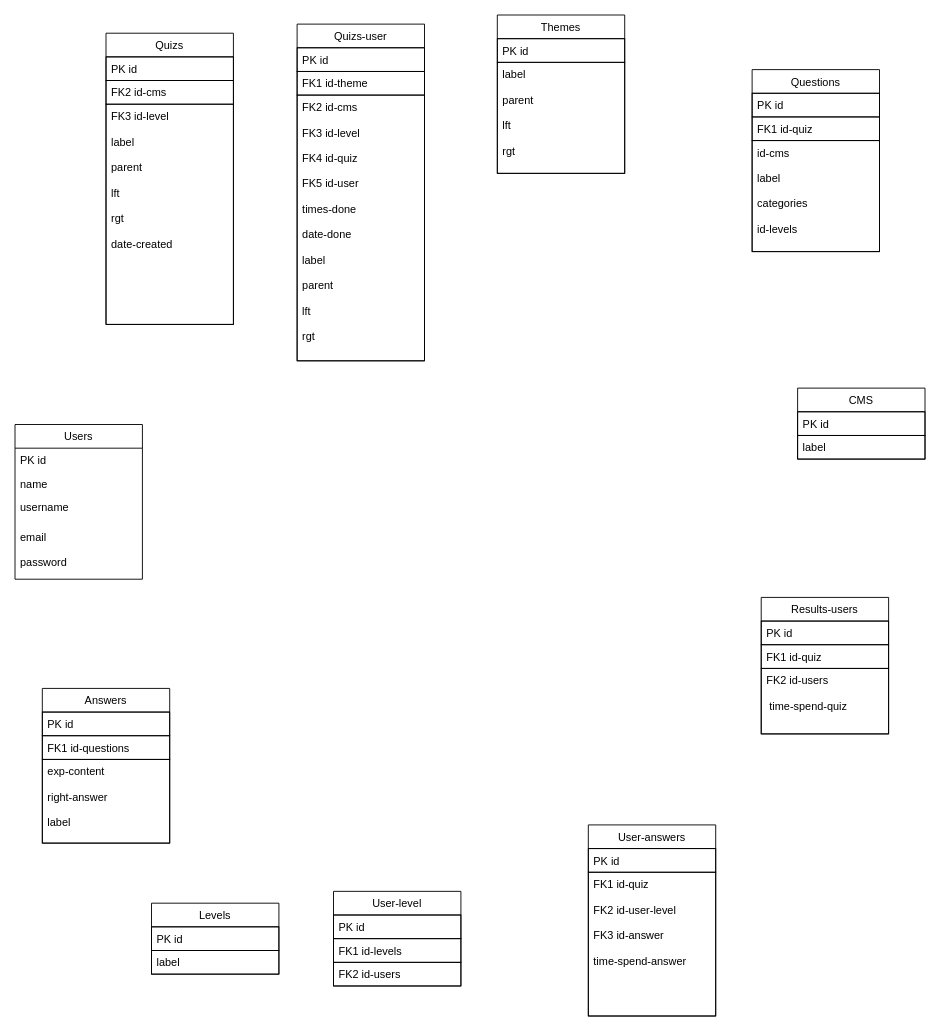
Earlier version of the draw.io diagram Diagramme-mcd-quiz.drawio (Louisptc/Agx-quiz). Source tidied: cells renumbered, new cells numbered last; positions are measured from the earlier drawing's top-left corner, leaving out a move shared by most shapes. Both pictures are drawn from the tidied source at 91%, with x=0, y=0 at pixel (15, 15).
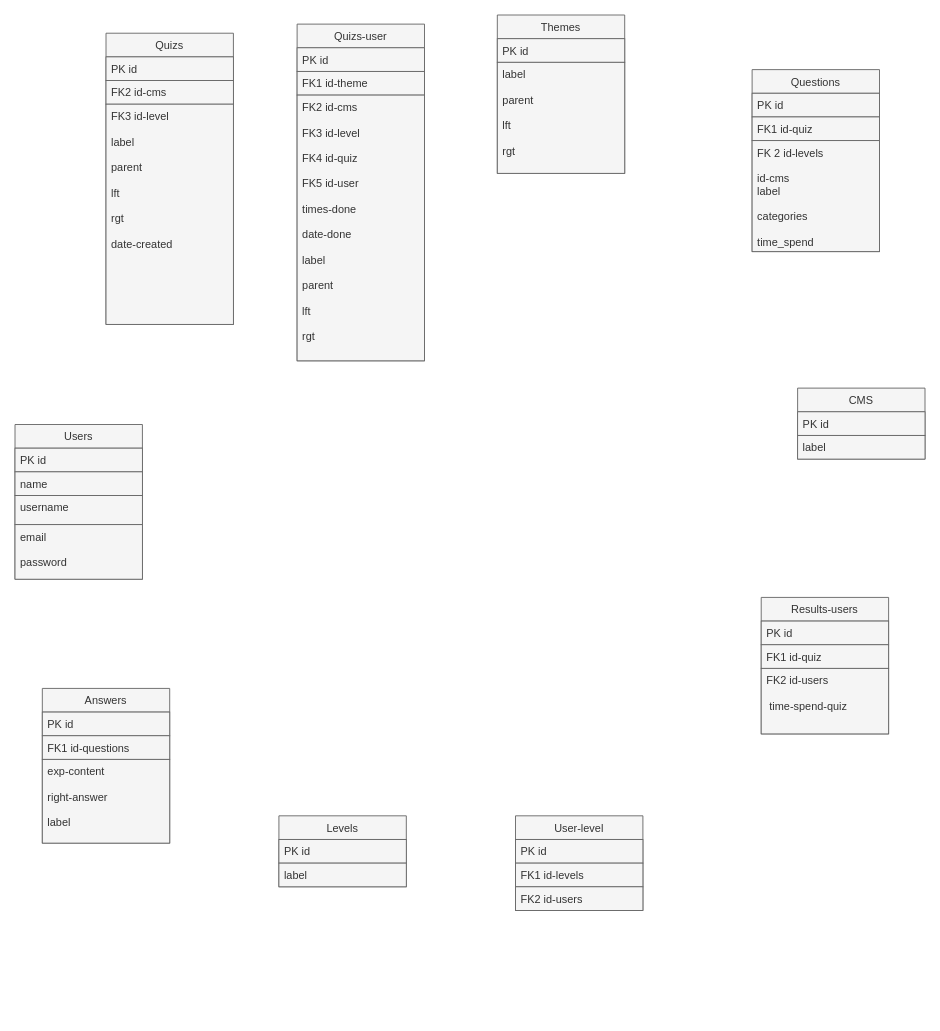
The same page after the edit.

Commit message:
Mettre à jour Diagramme-mcd-quiz.drawio

Change to the diagram source:
```diff
@@
-    <mxCell id="2" value="Users" style="swimlane;fontStyle=0;horizontal=1;startSize=26;labelBackgroundColor=none;" parent="1" vertex="1">
+    <mxCell id="2" value="Users" style="swimlane;fontStyle=0;horizontal=1;startSize=26;labelBackgroundColor=none;fillColor=#f5f5f5;fontColor=#333333;strokeColor=#666666;" parent="1" vertex="1">
       <mxGeometry y="450" width="140" height="170" as="geometry" />
     </mxCell>
-    <mxCell id="3" value="PK id" style="text;align=left;verticalAlign=top;spacingLeft=4;spacingRight=4;overflow=hidden;labelBackgroundColor=none;" parent="2" vertex="1">
+    <mxCell id="3" value="PK id" style="text;align=left;verticalAlign=top;spacingLeft=4;spacingRight=4;overflow=hidden;labelBackgroundColor=none;fillColor=#f5f5f5;fontColor=#333333;strokeColor=#666666;" parent="2" vertex="1">
       <mxGeometry y="26" width="140" height="26" as="geometry" />
     </mxCell>
-    <mxCell id="4" value="name" style="text;align=left;verticalAlign=top;spacingLeft=4;spacingRight=4;overflow=hidden;labelBackgroundColor=none;" parent="2" vertex="1">
+    <mxCell id="4" value="name" style="text;align=left;verticalAlign=top;spacingLeft=4;spacingRight=4;overflow=hidden;labelBackgroundColor=none;fillColor=#f5f5f5;fontColor=#333333;strokeColor=#666666;" parent="2" vertex="1">
       <mxGeometry y="52" width="140" height="26" as="geometry" />
     </mxCell>
-    <mxCell id="5" value="username" style="text;align=left;verticalAlign=top;spacingLeft=4;spacingRight=4;overflow=hidden;labelBackgroundColor=none;" parent="2" vertex="1">
+    <mxCell id="5" value="username" style="text;align=left;verticalAlign=top;spacingLeft=4;spacingRight=4;overflow=hidden;labelBackgroundColor=none;fillColor=#f5f5f5;fontColor=#333333;strokeColor=#666666;" parent="2" vertex="1">
       <mxGeometry y="78" width="140" height="32" as="geometry" />
     </mxCell>
-    <mxCell id="6" value="email&#10;&#10;password&#10;&#10;&#10;" style="text;align=left;verticalAlign=top;spacingLeft=4;spacingRight=4;overflow=hidden;labelBackgroundColor=none;" parent="2" vertex="1">
+    <mxCell id="6" value="email&#10;&#10;password&#10;&#10;&#10;" style="text;align=left;verticalAlign=top;spacingLeft=4;spacingRight=4;overflow=hidden;labelBackgroundColor=none;fillColor=#f5f5f5;fontColor=#333333;strokeColor=#666666;" parent="2" vertex="1">
       <mxGeometry y="110" width="140" height="60" as="geometry" />
     </mxCell>
-    <mxCell id="7" value="Quizs" style="swimlane;fontStyle=0;horizontal=1;startSize=26;labelBackgroundColor=none;strokeColor=#000000;fontColor=#000000;" parent="1" vertex="1">
+    <mxCell id="7" value="Quizs" style="swimlane;fontStyle=0;horizontal=1;startSize=26;labelBackgroundColor=none;strokeColor=#666666;fontColor=#333333;fillColor=#f5f5f5;" parent="1" vertex="1">
       <mxGeometry x="100" y="20" width="140" height="320" as="geometry" />
     </mxCell>
-    <mxCell id="8" value="PK id" style="text;align=left;verticalAlign=top;spacingLeft=4;spacingRight=4;overflow=hidden;labelBackgroundColor=none;strokeColor=#000000;fontColor=#000000;" parent="7" vertex="1">
+    <mxCell id="8" value="PK id" style="text;align=left;verticalAlign=top;spacingLeft=4;spacingRight=4;overflow=hidden;labelBackgroundColor=none;strokeColor=#666666;fontColor=#333333;fillColor=#f5f5f5;" parent="7" vertex="1">
       <mxGeometry y="26" width="140" height="26" as="geometry" />
     </mxCell>
-    <mxCell id="9" value="FK2 id-cms" style="text;align=left;verticalAlign=top;spacingLeft=4;spacingRight=4;overflow=hidden;labelBackgroundColor=none;strokeColor=#000000;fontColor=#000000;" parent="7" vertex="1">
+    <mxCell id="9" value="FK2 id-cms" style="text;align=left;verticalAlign=top;spacingLeft=4;spacingRight=4;overflow=hidden;labelBackgroundColor=none;strokeColor=#666666;fontColor=#333333;fillColor=#f5f5f5;" parent="7" vertex="1">
       <mxGeometry y="52" width="140" height="26" as="geometry" />
     </mxCell>
-    <mxCell id="10" value="FK3 id-level&#10; &#10;label&#10;&#10;parent&#10;&#10;lft&#10;&#10;rgt&#10;&#10;date-created&#10;&#10;&#10;&#10;&#10;" style="text;align=left;verticalAlign=top;spacingLeft=4;spacingRight=4;overflow=hidden;labelBackgroundColor=none;strokeColor=#000000;fontColor=#000000;" parent="7" vertex="1">
+    <mxCell id="10" value="FK3 id-level&#10; &#10;label&#10;&#10;parent&#10;&#10;lft&#10;&#10;rgt&#10;&#10;date-created&#10;&#10;&#10;&#10;&#10;" style="text;align=left;verticalAlign=top;spacingLeft=4;spacingRight=4;overflow=hidden;labelBackgroundColor=none;strokeColor=#666666;fontColor=#333333;fillColor=#f5f5f5;" parent="7" vertex="1">
       <mxGeometry y="78" width="140" height="242" as="geometry" />
     </mxCell>
-    <mxCell id="11" value="Answers" style="swimlane;fontStyle=0;horizontal=1;startSize=26;labelBackgroundColor=none;strokeColor=#000000;" parent="1" vertex="1">
+    <mxCell id="11" value="Answers" style="swimlane;fontStyle=0;horizontal=1;startSize=26;labelBackgroundColor=none;strokeColor=#666666;fillColor=#f5f5f5;fontColor=#333333;" parent="1" vertex="1">
       <mxGeometry x="30" y="740" width="140" height="170" as="geometry" />
     </mxCell>
-    <mxCell id="12" value="PK id " style="text;align=left;verticalAlign=top;spacingLeft=4;spacingRight=4;overflow=hidden;labelBackgroundColor=none;strokeColor=#000000;" parent="11" vertex="1">
+    <mxCell id="12" value="PK id " style="text;align=left;verticalAlign=top;spacingLeft=4;spacingRight=4;overflow=hidden;labelBackgroundColor=none;strokeColor=#666666;fillColor=#f5f5f5;fontColor=#333333;" parent="11" vertex="1">
       <mxGeometry y="26" width="140" height="26" as="geometry" />
     </mxCell>
-    <mxCell id="13" value="FK1 id-questions" style="text;align=left;verticalAlign=top;spacingLeft=4;spacingRight=4;overflow=hidden;labelBackgroundColor=none;strokeColor=#000000;" parent="11" vertex="1">
+    <mxCell id="13" value="FK1 id-questions" style="text;align=left;verticalAlign=top;spacingLeft=4;spacingRight=4;overflow=hidden;labelBackgroundColor=none;strokeColor=#666666;fillColor=#f5f5f5;fontColor=#333333;" parent="11" vertex="1">
       <mxGeometry y="52" width="140" height="26" as="geometry" />
     </mxCell>
-    <mxCell id="14" value="exp-content&#10;&#10;right-answer&#10;&#10;label&#10;" style="text;align=left;verticalAlign=top;spacingLeft=4;spacingRight=4;overflow=hidden;labelBackgroundColor=none;strokeColor=#000000;" parent="11" vertex="1">
+    <mxCell id="14" value="exp-content&#10;&#10;right-answer&#10;&#10;label&#10;" style="text;align=left;verticalAlign=top;spacingLeft=4;spacingRight=4;overflow=hidden;labelBackgroundColor=none;strokeColor=#666666;fillColor=#f5f5f5;fontColor=#333333;" parent="11" vertex="1">
       <mxGeometry y="78" width="140" height="92" as="geometry" />
     </mxCell>
-    <mxCell id="15" value="Themes" style="swimlane;fontStyle=0;horizontal=1;startSize=26;labelBackgroundColor=none;strokeColor=#000000;fontColor=#000000;" parent="1" vertex="1">
+    <mxCell id="15" value="Themes" style="swimlane;fontStyle=0;horizontal=1;startSize=26;labelBackgroundColor=none;strokeColor=#666666;fontColor=#333333;fillColor=#f5f5f5;" parent="1" vertex="1">
       <mxGeometry x="530" width="140" height="174" as="geometry" />
     </mxCell>
-    <mxCell id="16" value="PK id" style="text;align=left;verticalAlign=top;spacingLeft=4;spacingRight=4;overflow=hidden;labelBackgroundColor=none;strokeColor=#000000;fontColor=#000000;" parent="15" vertex="1">
+    <mxCell id="16" value="PK id" style="text;align=left;verticalAlign=top;spacingLeft=4;spacingRight=4;overflow=hidden;labelBackgroundColor=none;strokeColor=#666666;fontColor=#333333;fillColor=#f5f5f5;" parent="15" vertex="1">
       <mxGeometry y="26" width="140" height="26" as="geometry" />
     </mxCell>
-    <mxCell id="17" value="label&#10;&#10;parent&#10;&#10;lft&#10;&#10;rgt" style="text;align=left;verticalAlign=top;spacingLeft=4;spacingRight=4;overflow=hidden;labelBackgroundColor=none;strokeColor=#000000;fontColor=#000000;" parent="15" vertex="1">
+    <mxCell id="17" value="label&#10;&#10;parent&#10;&#10;lft&#10;&#10;rgt" style="text;align=left;verticalAlign=top;spacingLeft=4;spacingRight=4;overflow=hidden;labelBackgroundColor=none;strokeColor=#666666;fontColor=#333333;fillColor=#f5f5f5;" parent="15" vertex="1">
       <mxGeometry y="52" width="140" height="122" as="geometry" />
     </mxCell>
-    <mxCell id="18" value="Questions" style="swimlane;fontStyle=0;horizontal=1;startSize=26;labelBackgroundColor=none;strokeColor=#000000;fontColor=#000000;" parent="1" vertex="1">
+    <mxCell id="18" value="Questions" style="swimlane;fontStyle=0;horizontal=1;startSize=26;labelBackgroundColor=none;strokeColor=#666666;fontColor=#333333;fillColor=#f5f5f5;" parent="1" vertex="1">
       <mxGeometry x="810" y="60" width="140" height="200" as="geometry" />
     </mxCell>
-    <mxCell id="19" value="PK id" style="text;align=left;verticalAlign=top;spacingLeft=4;spacingRight=4;overflow=hidden;labelBackgroundColor=none;strokeColor=#000000;fontColor=#000000;" parent="18" vertex="1">
+    <mxCell id="19" value="PK id" style="text;align=left;verticalAlign=top;spacingLeft=4;spacingRight=4;overflow=hidden;labelBackgroundColor=none;strokeColor=#666666;fontColor=#333333;fillColor=#f5f5f5;" parent="18" vertex="1">
       <mxGeometry y="26" width="140" height="26" as="geometry" />
     </mxCell>
-    <mxCell id="20" value="FK1 id-quiz" style="text;align=left;verticalAlign=top;spacingLeft=4;spacingRight=4;overflow=hidden;labelBackgroundColor=none;strokeColor=#000000;fontColor=#000000;" parent="18" vertex="1">
+    <mxCell id="20" value="FK1 id-quiz" style="text;align=left;verticalAlign=top;spacingLeft=4;spacingRight=4;overflow=hidden;labelBackgroundColor=none;strokeColor=#666666;fontColor=#333333;fillColor=#f5f5f5;" parent="18" vertex="1">
       <mxGeometry y="52" width="140" height="26" as="geometry" />
     </mxCell>
-    <mxCell id="21" value="id-cms&#10;&#10;label&#10;&#10;categories&#10;&#10;id-levels&#10;" style="text;align=left;verticalAlign=top;spacingLeft=4;spacingRight=4;overflow=hidden;labelBackgroundColor=none;strokeColor=#000000;fontColor=#000000;" parent="18" vertex="1">
+    <mxCell id="21" value="FK 2 id-levels&#10;&#10;id-cms&#10;label&#10;&#10;categories&#10;&#10;time_spend&#10;&#10;&#10;&#10;" style="text;align=left;verticalAlign=top;spacingLeft=4;spacingRight=4;overflow=hidden;labelBackgroundColor=none;strokeColor=#666666;fontColor=#333333;fillColor=#f5f5f5;" parent="18" vertex="1">
       <mxGeometry y="78" width="140" height="122" as="geometry" />
     </mxCell>
-    <mxCell id="22" value="Results-users" style="swimlane;fontStyle=0;horizontal=1;startSize=26;labelBackgroundColor=none;fontColor=#000000;strokeColor=#000000;" parent="1" vertex="1">
+    <mxCell id="22" value="Results-users" style="swimlane;fontStyle=0;horizontal=1;startSize=26;labelBackgroundColor=none;fontColor=#333333;strokeColor=#666666;fillColor=#f5f5f5;" parent="1" vertex="1">
       <mxGeometry x="820" y="640" width="140" height="150" as="geometry" />
     </mxCell>
-    <mxCell id="23" value="PK id" style="text;align=left;verticalAlign=top;spacingLeft=4;spacingRight=4;overflow=hidden;labelBackgroundColor=none;fontColor=#000000;strokeColor=#000000;" parent="22" vertex="1">
+    <mxCell id="23" value="PK id" style="text;align=left;verticalAlign=top;spacingLeft=4;spacingRight=4;overflow=hidden;labelBackgroundColor=none;fontColor=#333333;strokeColor=#666666;fillColor=#f5f5f5;" parent="22" vertex="1">
       <mxGeometry y="26" width="140" height="26" as="geometry" />
     </mxCell>
-    <mxCell id="24" value="FK1 id-quiz" style="text;align=left;verticalAlign=top;spacingLeft=4;spacingRight=4;overflow=hidden;labelBackgroundColor=none;fontColor=#000000;strokeColor=#000000;" parent="22" vertex="1">
+    <mxCell id="24" value="FK1 id-quiz" style="text;align=left;verticalAlign=top;spacingLeft=4;spacingRight=4;overflow=hidden;labelBackgroundColor=none;fontColor=#333333;strokeColor=#666666;fillColor=#f5f5f5;" parent="22" vertex="1">
       <mxGeometry y="52" width="140" height="26" as="geometry" />
     </mxCell>
-    <mxCell id="25" value="FK2 id-users&#10;&#10; time-spend-quiz&#10;&#10;&#10;" style="text;align=left;verticalAlign=top;spacingLeft=4;spacingRight=4;overflow=hidden;labelBackgroundColor=none;fontColor=#000000;strokeColor=#000000;" parent="22" vertex="1">
+    <mxCell id="25" value="FK2 id-users&#10;&#10; time-spend-quiz&#10;&#10;&#10;" style="text;align=left;verticalAlign=top;spacingLeft=4;spacingRight=4;overflow=hidden;labelBackgroundColor=none;fontColor=#333333;strokeColor=#666666;fillColor=#f5f5f5;" parent="22" vertex="1">
       <mxGeometry y="78" width="140" height="72" as="geometry" />
     </mxCell>
-    <mxCell id="26" value="Levels" style="swimlane;fontStyle=0;horizontal=1;startSize=26;labelBackgroundColor=none;fontColor=#000000;strokeColor=#000000;" parent="1" vertex="1">
-      <mxGeometry x="150" y="976" width="140" height="78" as="geometry" />
+    <mxCell id="26" value="Levels" style="swimlane;fontStyle=0;horizontal=1;startSize=26;labelBackgroundColor=none;fontColor=#333333;strokeColor=#666666;fillColor=#f5f5f5;" parent="1" vertex="1">
+      <mxGeometry x="290" y="880" width="140" height="78" as="geometry" />
     </mxCell>
-    <mxCell id="27" value="PK id" style="text;align=left;verticalAlign=top;spacingLeft=4;spacingRight=4;overflow=hidden;labelBackgroundColor=none;fontColor=#000000;strokeColor=#000000;" parent="26" vertex="1">
+    <mxCell id="27" value="PK id" style="text;align=left;verticalAlign=top;spacingLeft=4;spacingRight=4;overflow=hidden;labelBackgroundColor=none;fontColor=#333333;strokeColor=#666666;fillColor=#f5f5f5;" parent="26" vertex="1">
       <mxGeometry y="26" width="140" height="26" as="geometry" />
     </mxCell>
-    <mxCell id="28" value="label" style="text;align=left;verticalAlign=top;spacingLeft=4;spacingRight=4;overflow=hidden;labelBackgroundColor=none;fontColor=#000000;strokeColor=#000000;" parent="26" vertex="1">
+    <mxCell id="28" value="label" style="text;align=left;verticalAlign=top;spacingLeft=4;spacingRight=4;overflow=hidden;labelBackgroundColor=none;fontColor=#333333;strokeColor=#666666;fillColor=#f5f5f5;" parent="26" vertex="1">
       <mxGeometry y="52" width="140" height="26" as="geometry" />
     </mxCell>
-    <mxCell id="29" value="CMS" style="swimlane;fontStyle=0;horizontal=1;startSize=26;labelBackgroundColor=none;fontColor=#000000;strokeColor=#000000;" parent="1" vertex="1">
+    <mxCell id="29" value="CMS" style="swimlane;fontStyle=0;horizontal=1;startSize=26;labelBackgroundColor=none;fontColor=#333333;strokeColor=#666666;fillColor=#f5f5f5;" parent="1" vertex="1">
       <mxGeometry x="860" y="410" width="140" height="78" as="geometry" />
     </mxCell>
-    <mxCell id="30" value="PK id" style="text;align=left;verticalAlign=top;spacingLeft=4;spacingRight=4;overflow=hidden;labelBackgroundColor=none;fontColor=#000000;strokeColor=#000000;" parent="29" vertex="1">
+    <mxCell id="30" value="PK id" style="text;align=left;verticalAlign=top;spacingLeft=4;spacingRight=4;overflow=hidden;labelBackgroundColor=none;fontColor=#333333;strokeColor=#666666;fillColor=#f5f5f5;" parent="29" vertex="1">
       <mxGeometry y="26" width="140" height="26" as="geometry" />
     </mxCell>
-    <mxCell id="31" value="label" style="text;align=left;verticalAlign=top;spacingLeft=4;spacingRight=4;overflow=hidden;labelBackgroundColor=none;fontColor=#000000;strokeColor=#000000;" parent="29" vertex="1">
+    <mxCell id="31" value="label" style="text;align=left;verticalAlign=top;spacingLeft=4;spacingRight=4;overflow=hidden;labelBackgroundColor=none;fontColor=#333333;strokeColor=#666666;fillColor=#f5f5f5;" parent="29" vertex="1">
       <mxGeometry y="52" width="140" height="26" as="geometry" />
     </mxCell>
-    <mxCell id="32" value="User-answers" style="swimlane;fontStyle=0;horizontal=1;startSize=26;labelBackgroundColor=none;fontColor=#000000;strokeColor=#000000;" parent="1" vertex="1">
-      <mxGeometry x="630" y="890" width="140" height="210" as="geometry" />
-    </mxCell>
-    <mxCell id="33" value="PK id" style="text;align=left;verticalAlign=top;spacingLeft=4;spacingRight=4;overflow=hidden;labelBackgroundColor=none;fontColor=#000000;strokeColor=#000000;" parent="32" vertex="1">
-      <mxGeometry y="26" width="140" height="26" as="geometry" />
-    </mxCell>
-    <mxCell id="34" value="FK1 id-quiz&#10;&#10;FK2 id-user-level&#10;&#10;FK3 id-answer&#10;&#10;time-spend-answer&#10;&#10;&#10;" style="text;align=left;verticalAlign=top;spacingLeft=4;spacingRight=4;overflow=hidden;labelBackgroundColor=none;fontColor=#000000;strokeColor=#000000;" parent="32" vertex="1">
-      <mxGeometry y="52" width="140" height="158" as="geometry" />
-    </mxCell>
-    <mxCell id="35" value="User-level" style="swimlane;fontStyle=0;horizontal=1;startSize=26;fontColor=#000000;strokeColor=#000000;" parent="1" vertex="1">
-      <mxGeometry x="350" y="963" width="140" height="104" as="geometry" />
+    <mxCell id="35" value="User-level" style="swimlane;fontStyle=0;horizontal=1;startSize=26;fontColor=#333333;strokeColor=#666666;fillColor=#f5f5f5;" parent="1" vertex="1">
+      <mxGeometry x="550" y="880" width="140" height="104" as="geometry" />
     </mxCell>
-    <mxCell id="36" value="PK id" style="text;align=left;verticalAlign=top;spacingLeft=4;spacingRight=4;overflow=hidden;fontColor=#000000;strokeColor=#000000;" parent="35" vertex="1">
+    <mxCell id="36" value="PK id" style="text;align=left;verticalAlign=top;spacingLeft=4;spacingRight=4;overflow=hidden;fontColor=#333333;strokeColor=#666666;fillColor=#f5f5f5;" parent="35" vertex="1">
       <mxGeometry y="26" width="140" height="26" as="geometry" />
     </mxCell>
-    <mxCell id="37" value="FK1 id-levels" style="text;align=left;verticalAlign=top;spacingLeft=4;spacingRight=4;overflow=hidden;fontColor=#000000;strokeColor=#000000;" parent="35" vertex="1">
+    <mxCell id="37" value="FK1 id-levels" style="text;align=left;verticalAlign=top;spacingLeft=4;spacingRight=4;overflow=hidden;fontColor=#333333;strokeColor=#666666;fillColor=#f5f5f5;" parent="35" vertex="1">
       <mxGeometry y="52" width="140" height="26" as="geometry" />
     </mxCell>
-    <mxCell id="38" value="FK2 id-users" style="text;align=left;verticalAlign=top;spacingLeft=4;spacingRight=4;overflow=hidden;fontColor=#000000;strokeColor=#000000;" parent="35" vertex="1">
+    <mxCell id="38" value="FK2 id-users" style="text;align=left;verticalAlign=top;spacingLeft=4;spacingRight=4;overflow=hidden;fontColor=#333333;strokeColor=#666666;fillColor=#f5f5f5;" parent="35" vertex="1">
       <mxGeometry y="78" width="140" height="26" as="geometry" />
     </mxCell>
-    <mxCell id="39" value="Quizs-user" style="swimlane;fontStyle=0;horizontal=1;startSize=26;labelBackgroundColor=none;strokeColor=#000000;fontColor=#000000;" parent="1" vertex="1">
+    <mxCell id="39" value="Quizs-user" style="swimlane;fontStyle=0;horizontal=1;startSize=26;labelBackgroundColor=none;strokeColor=#666666;fontColor=#333333;fillColor=#f5f5f5;" parent="1" vertex="1">
       <mxGeometry x="310" y="10" width="140" height="370" as="geometry" />
     </mxCell>
-    <mxCell id="40" value="PK id" style="text;align=left;verticalAlign=top;spacingLeft=4;spacingRight=4;overflow=hidden;labelBackgroundColor=none;strokeColor=#000000;fontColor=#000000;" parent="39" vertex="1">
+    <mxCell id="40" value="PK id" style="text;align=left;verticalAlign=top;spacingLeft=4;spacingRight=4;overflow=hidden;labelBackgroundColor=none;strokeColor=#666666;fontColor=#333333;fillColor=#f5f5f5;" parent="39" vertex="1">
       <mxGeometry y="26" width="140" height="26" as="geometry" />
     </mxCell>
-    <mxCell id="41" value="FK1 id-theme&#10;" style="text;align=left;verticalAlign=top;spacingLeft=4;spacingRight=4;overflow=hidden;labelBackgroundColor=none;strokeColor=#000000;fontColor=#000000;" parent="39" vertex="1">
+    <mxCell id="41" value="FK1 id-theme&#10;" style="text;align=left;verticalAlign=top;spacingLeft=4;spacingRight=4;overflow=hidden;labelBackgroundColor=none;strokeColor=#666666;fontColor=#333333;fillColor=#f5f5f5;" parent="39" vertex="1">
       <mxGeometry y="52" width="140" height="26" as="geometry" />
     </mxCell>
-    <mxCell id="42" value="FK2 id-cms&#10;&#10;FK3 id-level&#10;&#10;FK4 id-quiz&#10;&#10;FK5 id-user&#10;&#10;times-done&#10;&#10;date-done&#10; &#10;label&#10;&#10;parent&#10;&#10;lft&#10;&#10;rgt&#10;&#10;&#10;&#10;" style="text;align=left;verticalAlign=top;spacingLeft=4;spacingRight=4;overflow=hidden;labelBackgroundColor=none;strokeColor=#000000;fontColor=#000000;" parent="39" vertex="1">
+    <mxCell id="42" value="FK2 id-cms&#10;&#10;FK3 id-level&#10;&#10;FK4 id-quiz&#10;&#10;FK5 id-user&#10;&#10;times-done&#10;&#10;date-done&#10; &#10;label&#10;&#10;parent&#10;&#10;lft&#10;&#10;rgt&#10;&#10;&#10;&#10;" style="text;align=left;verticalAlign=top;spacingLeft=4;spacingRight=4;overflow=hidden;labelBackgroundColor=none;strokeColor=#666666;fontColor=#333333;fillColor=#f5f5f5;" parent="39" vertex="1">
       <mxGeometry y="78" width="140" height="292" as="geometry" />
     </mxCell>
```
